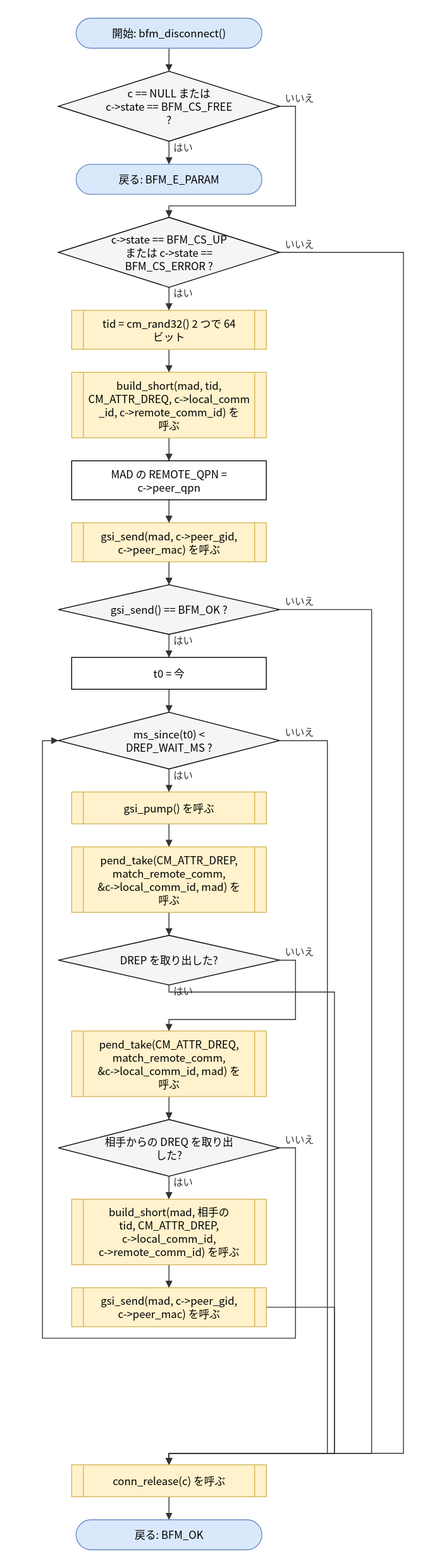
Before: doc/spec/images/flow_src_bfm_cm__bfm_disconnect.drawio.svg, a diagram exported from draw.io (hf355051012-ai/bfmem). Source tidied: cells renumbered, new cells last; positions are measured from the earlier drawing's top-left corner, leaving out a move shared by most shapes.
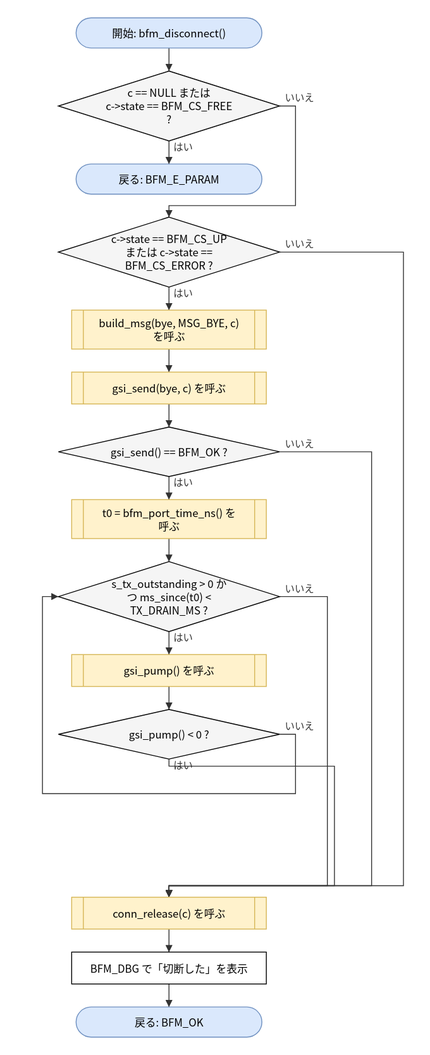
Above is the later version.

The edit, as a diff of the source:
```diff
@@ -14,54 +14,36 @@
     <mxCell id="5" value="c-&amp;gt;state == BFM_CS_UP&lt;br&gt;または c-&amp;gt;state ==&lt;br&gt;BFM_CS_ERROR ?" style="rhombus;whiteSpace=wrap;html=1;fillColor=#f5f5f5;" parent="1" vertex="1">
       <mxGeometry x="18" y="225" width="250" height="79" as="geometry" />
     </mxCell>
-    <mxCell id="6" value="tid = cm_rand32() 2 つで 64&lt;br&gt;ビット" style="shape=process;whiteSpace=wrap;html=1;backgroundOutline=1;size=0.06;fillColor=#fff2cc;strokeColor=#d6b656;" parent="1" vertex="1">
+    <mxCell id="6" value="build_msg(bye, MSG_BYE, c)&lt;br&gt;を呼ぶ" style="shape=process;whiteSpace=wrap;html=1;backgroundOutline=1;size=0.06;fillColor=#fff2cc;strokeColor=#d6b656;" parent="1" vertex="1">
       <mxGeometry x="33" y="330" width="220" height="44" as="geometry" />
     </mxCell>
-    <mxCell id="7" value="build_short(mad, tid,&lt;br&gt;CM_ATTR_DREQ, c-&amp;gt;local_comm&lt;br&gt;_id, c-&amp;gt;remote_comm_id) を&lt;br&gt;呼ぶ" style="shape=process;whiteSpace=wrap;html=1;backgroundOutline=1;size=0.06;fillColor=#fff2cc;strokeColor=#d6b656;" parent="1" vertex="1">
-      <mxGeometry x="33" y="400" width="220" height="74" as="geometry" />
+    <mxCell id="7" value="gsi_send(bye, c) を呼ぶ" style="shape=process;whiteSpace=wrap;html=1;backgroundOutline=1;size=0.06;fillColor=#fff2cc;strokeColor=#d6b656;" parent="1" vertex="1">
+      <mxGeometry x="33" y="400" width="220" height="36" as="geometry" />
     </mxCell>
-    <mxCell id="8" value="MAD の REMOTE_QPN =&lt;br&gt;c-&amp;gt;peer_qpn" style="rounded=0;whiteSpace=wrap;html=1;" parent="1" vertex="1">
-      <mxGeometry x="33" y="500" width="220" height="44" as="geometry" />
+    <mxCell id="8" value="gsi_send() == BFM_OK ?" style="rhombus;whiteSpace=wrap;html=1;fillColor=#f5f5f5;" parent="1" vertex="1">
+      <mxGeometry x="18" y="462" width="250" height="56" as="geometry" />
     </mxCell>
-    <mxCell id="9" value="gsi_send(mad, c-&amp;gt;peer_gid,&lt;br&gt;c-&amp;gt;peer_mac) を呼ぶ" style="shape=process;whiteSpace=wrap;html=1;backgroundOutline=1;size=0.06;fillColor=#fff2cc;strokeColor=#d6b656;" parent="1" vertex="1">
-      <mxGeometry x="33" y="570" width="220" height="44" as="geometry" />
+    <mxCell id="9" value="t0 = bfm_port_time_ns() を&lt;br&gt;呼ぶ" style="shape=process;whiteSpace=wrap;html=1;backgroundOutline=1;size=0.06;fillColor=#fff2cc;strokeColor=#d6b656;" parent="1" vertex="1">
+      <mxGeometry x="33" y="544" width="220" height="44" as="geometry" />
     </mxCell>
-    <mxCell id="10" value="gsi_send() == BFM_OK ?" style="rhombus;whiteSpace=wrap;html=1;fillColor=#f5f5f5;" parent="1" vertex="1">
-      <mxGeometry x="18" y="640" width="250" height="56" as="geometry" />
+    <mxCell id="10" value="s_tx_outstanding &amp;gt; 0 か&lt;br&gt;つ ms_since(t0) &amp;lt;&lt;br&gt;TX_DRAIN_MS ?" style="rhombus;whiteSpace=wrap;html=1;fillColor=#f5f5f5;" parent="1" vertex="1">
+      <mxGeometry x="18" y="614" width="250" height="79" as="geometry" />
     </mxCell>
-    <mxCell id="11" value="t0 = 今" style="rounded=0;whiteSpace=wrap;html=1;" parent="1" vertex="1">
-      <mxGeometry x="33" y="722" width="220" height="36" as="geometry" />
+    <mxCell id="11" value="gsi_pump() を呼ぶ" style="shape=process;whiteSpace=wrap;html=1;backgroundOutline=1;size=0.06;fillColor=#fff2cc;strokeColor=#d6b656;" parent="1" vertex="1">
+      <mxGeometry x="33" y="719" width="220" height="36" as="geometry" />
     </mxCell>
-    <mxCell id="12" value="ms_since(t0) &amp;lt;&lt;br&gt;DREP_WAIT_MS ?" style="rhombus;whiteSpace=wrap;html=1;fillColor=#f5f5f5;" parent="1" vertex="1">
-      <mxGeometry x="18" y="784" width="250" height="64" as="geometry" />
+    <mxCell id="12" value="gsi_pump() &amp;lt; 0 ?" style="rhombus;whiteSpace=wrap;html=1;fillColor=#f5f5f5;" parent="1" vertex="1">
+      <mxGeometry x="18" y="781" width="250" height="56" as="geometry" />
     </mxCell>
-    <mxCell id="13" value="gsi_pump() を呼ぶ" style="shape=process;whiteSpace=wrap;html=1;backgroundOutline=1;size=0.06;fillColor=#fff2cc;strokeColor=#d6b656;" parent="1" vertex="1">
-      <mxGeometry x="33" y="874" width="220" height="36" as="geometry" />
+    <mxCell id="13" value="conn_release(c) を呼ぶ" style="shape=process;whiteSpace=wrap;html=1;backgroundOutline=1;size=0.06;fillColor=#fff2cc;strokeColor=#d6b656;" parent="1" vertex="1">
+      <mxGeometry x="33" y="993" width="220" height="36" as="geometry" />
     </mxCell>
-    <mxCell id="14" value="pend_take(CM_ATTR_DREP,&lt;br&gt;match_remote_comm,&lt;br&gt;&amp;amp;c-&amp;gt;local_comm_id, mad) を&lt;br&gt;呼ぶ" style="shape=process;whiteSpace=wrap;html=1;backgroundOutline=1;size=0.06;fillColor=#fff2cc;strokeColor=#d6b656;" parent="1" vertex="1">
-      <mxGeometry x="33" y="936" width="220" height="74" as="geometry" />
+    <mxCell id="14" value="BFM_DBG で「切断した」を表示" style="rounded=0;whiteSpace=wrap;html=1;" parent="1" vertex="1">
+      <mxGeometry x="33" y="1055" width="220" height="36" as="geometry" />
     </mxCell>
-    <mxCell id="15" value="DREP を取り出した?" style="rhombus;whiteSpace=wrap;html=1;fillColor=#f5f5f5;" parent="1" vertex="1">
-      <mxGeometry x="18" y="1036" width="250" height="56" as="geometry" />
+    <mxCell id="15" value="戻る: BFM_OK" style="rounded=1;arcSize=50;whiteSpace=wrap;html=1;fillColor=#dae8fc;strokeColor=#6c8ebf;" parent="1" vertex="1">
+      <mxGeometry x="38" y="1117" width="210" height="34" as="geometry" />
     </mxCell>
-    <mxCell id="16" value="pend_take(CM_ATTR_DREQ,&lt;br&gt;match_remote_comm,&lt;br&gt;&amp;amp;c-&amp;gt;local_comm_id, mad) を&lt;br&gt;呼ぶ" style="shape=process;whiteSpace=wrap;html=1;backgroundOutline=1;size=0.06;fillColor=#fff2cc;strokeColor=#d6b656;" parent="1" vertex="1">
-      <mxGeometry x="33" y="1144" width="220" height="74" as="geometry" />
-    </mxCell>
-    <mxCell id="17" value="相手からの DREQ を取り出&lt;br&gt;した?" style="rhombus;whiteSpace=wrap;html=1;fillColor=#f5f5f5;" parent="1" vertex="1">
-      <mxGeometry x="18" y="1244" width="250" height="64" as="geometry" />
-    </mxCell>
-    <mxCell id="18" value="build_short(mad, 相手の&lt;br&gt;tid, CM_ATTR_DREP,&lt;br&gt;c-&amp;gt;local_comm_id,&lt;br&gt;c-&amp;gt;remote_comm_id) を呼ぶ" style="shape=process;whiteSpace=wrap;html=1;backgroundOutline=1;size=0.06;fillColor=#fff2cc;strokeColor=#d6b656;" parent="1" vertex="1">
-      <mxGeometry x="33" y="1334" width="220" height="74" as="geometry" />
-    </mxCell>
-    <mxCell id="19" value="gsi_send(mad, c-&amp;gt;peer_gid,&lt;br&gt;c-&amp;gt;peer_mac) を呼ぶ" style="shape=process;whiteSpace=wrap;html=1;backgroundOutline=1;size=0.06;fillColor=#fff2cc;strokeColor=#d6b656;" parent="1" vertex="1">
-      <mxGeometry x="33" y="1434" width="220" height="44" as="geometry" />
-    </mxCell>
-    <mxCell id="20" value="conn_release(c) を呼ぶ" style="shape=process;whiteSpace=wrap;html=1;backgroundOutline=1;size=0.06;fillColor=#fff2cc;strokeColor=#d6b656;" parent="1" vertex="1">
-      <mxGeometry x="33" y="1634" width="220" height="36" as="geometry" />
-    </mxCell>
-    <mxCell id="21" value="戻る: BFM_OK" style="rounded=1;arcSize=50;whiteSpace=wrap;html=1;fillColor=#dae8fc;strokeColor=#6c8ebf;" parent="1" vertex="1">
-      <mxGeometry x="38" y="1696" width="210" height="34" as="geometry" />
-    </mxCell>
     <mxCell id="22" style="edgeStyle=none;html=1;rounded=0;endArrow=block;endFill=1;exitX=0.5000;exitY=1.0000;exitDx=0;exitDy=0;exitPerimeter=0;entryX=0.5000;entryY=0.0000;entryDx=0;entryDy=0;entryPerimeter=0;" parent="1" edge="1" source="2" target="3">
       <mxGeometry relative="1" as="geometry" />
     </mxCell>
@@ -86,7 +68,7 @@
     <mxCell id="27" style="edgeStyle=none;html=1;rounded=0;endArrow=block;endFill=1;exitX=0.5000;exitY=1.0000;exitDx=0;exitDy=0;exitPerimeter=0;entryX=0.5000;entryY=0.0000;entryDx=0;entryDy=0;entryPerimeter=0;" parent="1" edge="1" source="7" target="8">
       <mxGeometry relative="1" as="geometry" />
     </mxCell>
-    <mxCell id="28" style="edgeStyle=none;html=1;rounded=0;endArrow=block;endFill=1;exitX=0.5000;exitY=1.0000;exitDx=0;exitDy=0;exitPerimeter=0;entryX=0.5000;entryY=0.0000;entryDx=0;entryDy=0;entryPerimeter=0;" parent="1" edge="1" source="8" target="9">
+    <mxCell id="28" value="はい" style="edgeStyle=none;html=1;rounded=0;endArrow=block;endFill=1;exitX=0.5000;exitY=1.0000;exitDx=0;exitDy=0;exitPerimeter=0;entryX=0.5000;entryY=0.0000;entryDx=0;entryDy=0;entryPerimeter=0;" parent="1" edge="1" source="8" target="9">
       <mxGeometry relative="1" as="geometry" />
     </mxCell>
     <mxCell id="29" style="edgeStyle=none;html=1;rounded=0;endArrow=block;endFill=1;exitX=0.5000;exitY=1.0000;exitDx=0;exitDy=0;exitPerimeter=0;entryX=0.5000;entryY=0.0000;entryDx=0;entryDy=0;entryPerimeter=0;" parent="1" edge="1" source="9" target="10">
@@ -98,91 +80,58 @@
     <mxCell id="31" style="edgeStyle=none;html=1;rounded=0;endArrow=block;endFill=1;exitX=0.5000;exitY=1.0000;exitDx=0;exitDy=0;exitPerimeter=0;entryX=0.5000;entryY=0.0000;entryDx=0;entryDy=0;entryPerimeter=0;" parent="1" edge="1" source="11" target="12">
       <mxGeometry relative="1" as="geometry" />
     </mxCell>
-    <mxCell id="32" value="はい" style="edgeStyle=none;html=1;rounded=0;endArrow=block;endFill=1;exitX=0.5000;exitY=1.0000;exitDx=0;exitDy=0;exitPerimeter=0;entryX=0.5000;entryY=0.0000;entryDx=0;entryDy=0;entryPerimeter=0;" parent="1" edge="1" source="12" target="13">
-      <mxGeometry relative="1" as="geometry" />
+    <mxCell id="32" value="いいえ" style="edgeStyle=none;html=1;rounded=0;endArrow=block;endFill=1;exitX=1.0000;exitY=0.5000;exitDx=0;exitDy=0;exitPerimeter=0;entryX=0.0000;entryY=0.5000;entryDx=0;entryDy=0;entryPerimeter=0;" parent="1" edge="1" source="12" target="10">
+      <mxGeometry relative="1" as="geometry">
+        <Array as="points">
+          <mxPoint x="286" y="809" />
+          <mxPoint x="286" y="876" />
+          <mxPoint y="876" />
+          <mxPoint y="653.5" />
+        </Array>
+      </mxGeometry>
     </mxCell>
-    <mxCell id="33" style="edgeStyle=none;html=1;rounded=0;endArrow=block;endFill=1;exitX=0.5000;exitY=1.0000;exitDx=0;exitDy=0;exitPerimeter=0;entryX=0.5000;entryY=0.0000;entryDx=0;entryDy=0;entryPerimeter=0;" parent="1" edge="1" source="13" target="14">
-      <mxGeometry relative="1" as="geometry" />
+    <mxCell id="33" value="いいえ" style="edgeStyle=none;html=1;rounded=0;endArrow=block;endFill=1;exitX=1.0000;exitY=0.5000;exitDx=0;exitDy=0;exitPerimeter=0;entryX=0.5000;entryY=0.0000;entryDx=0;entryDy=0;entryPerimeter=0;" parent="1" edge="1" source="10" target="13">
+      <mxGeometry relative="1" as="geometry">
+        <Array as="points">
+          <mxPoint x="322" y="653.5" />
+          <mxPoint x="322" y="980" />
+          <mxPoint x="143" y="980" />
+        </Array>
+      </mxGeometry>
     </mxCell>
-    <mxCell id="34" style="edgeStyle=none;html=1;rounded=0;endArrow=block;endFill=1;exitX=0.5000;exitY=1.0000;exitDx=0;exitDy=0;exitPerimeter=0;entryX=0.5000;entryY=0.0000;entryDx=0;entryDy=0;entryPerimeter=0;" parent="1" edge="1" source="14" target="15">
-      <mxGeometry relative="1" as="geometry" />
+    <mxCell id="34" value="はい" style="edgeStyle=none;html=1;rounded=0;endArrow=block;endFill=1;exitX=0.5000;exitY=1.0000;exitDx=0;exitDy=0;exitPerimeter=0;entryX=0.5000;entryY=0.0000;entryDx=0;entryDy=0;entryPerimeter=0;" parent="1" edge="1" source="12" target="13">
+      <mxGeometry relative="1" as="geometry">
+        <Array as="points">
+          <mxPoint x="143" y="845" />
+          <mxPoint x="330" y="845" />
+          <mxPoint x="330" y="980" />
+          <mxPoint x="143" y="980" />
+        </Array>
+      </mxGeometry>
     </mxCell>
-    <mxCell id="35" value="いいえ" style="edgeStyle=none;html=1;rounded=0;endArrow=block;endFill=1;exitX=1.0000;exitY=0.5000;exitDx=0;exitDy=0;exitPerimeter=0;entryX=0.5000;entryY=0.0000;entryDx=0;entryDy=0;entryPerimeter=0;" parent="1" edge="1" source="15" target="16">
+    <mxCell id="35" value="いいえ" style="edgeStyle=none;html=1;rounded=0;endArrow=block;endFill=1;exitX=1.0000;exitY=0.5000;exitDx=0;exitDy=0;exitPerimeter=0;entryX=0.5000;entryY=0.0000;entryDx=0;entryDy=0;entryPerimeter=0;" parent="1" edge="1" source="8" target="13">
       <mxGeometry relative="1" as="geometry">
         <Array as="points">
-          <mxPoint x="286" y="1064" />
-          <mxPoint x="286" y="1131" />
-          <mxPoint x="143" y="1131" />
+          <mxPoint x="372" y="490" />
+          <mxPoint x="372" y="980" />
+          <mxPoint x="143" y="980" />
         </Array>
       </mxGeometry>
     </mxCell>
-    <mxCell id="36" style="edgeStyle=none;html=1;rounded=0;endArrow=block;endFill=1;exitX=0.5000;exitY=1.0000;exitDx=0;exitDy=0;exitPerimeter=0;entryX=0.5000;entryY=0.0000;entryDx=0;entryDy=0;entryPerimeter=0;" parent="1" edge="1" source="16" target="17">
-      <mxGeometry relative="1" as="geometry" />
+    <mxCell id="36" value="いいえ" style="edgeStyle=none;html=1;rounded=0;endArrow=block;endFill=1;exitX=1.0000;exitY=0.5000;exitDx=0;exitDy=0;exitPerimeter=0;entryX=0.5000;entryY=0.0000;entryDx=0;entryDy=0;entryPerimeter=0;" parent="1" edge="1" source="5" target="13">
+      <mxGeometry relative="1" as="geometry">
+        <Array as="points">
+          <mxPoint x="408" y="264.5" />
+          <mxPoint x="408" y="980" />
+          <mxPoint x="143" y="980" />
+        </Array>
+      </mxGeometry>
     </mxCell>
-    <mxCell id="37" value="はい" style="edgeStyle=none;html=1;rounded=0;endArrow=block;endFill=1;exitX=0.5000;exitY=1.0000;exitDx=0;exitDy=0;exitPerimeter=0;entryX=0.5000;entryY=0.0000;entryDx=0;entryDy=0;entryPerimeter=0;" parent="1" edge="1" source="17" target="18">
+    <mxCell id="37" style="edgeStyle=none;html=1;rounded=0;endArrow=block;endFill=1;exitX=0.5000;exitY=1.0000;exitDx=0;exitDy=0;exitPerimeter=0;entryX=0.5000;entryY=0.0000;entryDx=0;entryDy=0;entryPerimeter=0;" parent="1" edge="1" source="13" target="14">
       <mxGeometry relative="1" as="geometry" />
     </mxCell>
-    <mxCell id="38" style="edgeStyle=none;html=1;rounded=0;endArrow=block;endFill=1;exitX=0.5000;exitY=1.0000;exitDx=0;exitDy=0;exitPerimeter=0;entryX=0.5000;entryY=0.0000;entryDx=0;entryDy=0;entryPerimeter=0;" parent="1" edge="1" source="18" target="19">
+    <mxCell id="38" style="edgeStyle=none;html=1;rounded=0;endArrow=block;endFill=1;exitX=0.5000;exitY=1.0000;exitDx=0;exitDy=0;exitPerimeter=0;entryX=0.5000;entryY=0.0000;entryDx=0;entryDy=0;entryPerimeter=0;" parent="1" edge="1" source="14" target="15">
       <mxGeometry relative="1" as="geometry" />
     </mxCell>
-    <mxCell id="39" value="いいえ" style="edgeStyle=none;html=1;rounded=0;endArrow=block;endFill=1;exitX=1.0000;exitY=0.5000;exitDx=0;exitDy=0;exitPerimeter=0;entryX=0.0000;entryY=0.5000;entryDx=0;entryDy=0;entryPerimeter=0;" parent="1" edge="1" source="17" target="12">
-      <mxGeometry relative="1" as="geometry">
-        <Array as="points">
-          <mxPoint x="286" y="1276" />
-          <mxPoint x="286" y="1491" />
-          <mxPoint y="1491" />
-          <mxPoint y="816" />
-        </Array>
-      </mxGeometry>
-    </mxCell>
-    <mxCell id="40" value="いいえ" style="edgeStyle=none;html=1;rounded=0;endArrow=block;endFill=1;exitX=1.0000;exitY=0.5000;exitDx=0;exitDy=0;exitPerimeter=0;entryX=0.5000;entryY=0.0000;entryDx=0;entryDy=0;entryPerimeter=0;" parent="1" edge="1" source="12" target="20">
-      <mxGeometry relative="1" as="geometry">
-        <Array as="points">
-          <mxPoint x="322" y="816" />
-          <mxPoint x="322" y="1621" />
-          <mxPoint x="143" y="1621" />
-        </Array>
-      </mxGeometry>
-    </mxCell>
-    <mxCell id="41" value="はい" style="edgeStyle=none;html=1;rounded=0;endArrow=block;endFill=1;exitX=0.5000;exitY=1.0000;exitDx=0;exitDy=0;exitPerimeter=0;entryX=0.5000;entryY=0.0000;entryDx=0;entryDy=0;entryPerimeter=0;" parent="1" edge="1" source="15" target="20">
-      <mxGeometry relative="1" as="geometry">
-        <Array as="points">
-          <mxPoint x="143" y="1100" />
-          <mxPoint x="330" y="1100" />
-          <mxPoint x="330" y="1621" />
-          <mxPoint x="143" y="1621" />
-        </Array>
-      </mxGeometry>
-    </mxCell>
-    <mxCell id="42" style="edgeStyle=none;html=1;rounded=0;endArrow=block;endFill=1;exitX=1.0000;exitY=0.5000;exitDx=0;exitDy=0;exitPerimeter=0;entryX=0.5000;entryY=0.0000;entryDx=0;entryDy=0;entryPerimeter=0;" parent="1" edge="1" source="19" target="20">
-      <mxGeometry relative="1" as="geometry">
-        <Array as="points">
-          <mxPoint x="330" y="1456" />
-          <mxPoint x="330" y="1621" />
-          <mxPoint x="143" y="1621" />
-        </Array>
-      </mxGeometry>
-    </mxCell>
-    <mxCell id="43" value="いいえ" style="edgeStyle=none;html=1;rounded=0;endArrow=block;endFill=1;exitX=1.0000;exitY=0.5000;exitDx=0;exitDy=0;exitPerimeter=0;entryX=0.5000;entryY=0.0000;entryDx=0;entryDy=0;entryPerimeter=0;" parent="1" edge="1" source="10" target="20">
-      <mxGeometry relative="1" as="geometry">
-        <Array as="points">
-          <mxPoint x="372" y="668" />
-          <mxPoint x="372" y="1621" />
-          <mxPoint x="143" y="1621" />
-        </Array>
-      </mxGeometry>
-    </mxCell>
-    <mxCell id="44" value="いいえ" style="edgeStyle=none;html=1;rounded=0;endArrow=block;endFill=1;exitX=1.0000;exitY=0.5000;exitDx=0;exitDy=0;exitPerimeter=0;entryX=0.5000;entryY=0.0000;entryDx=0;entryDy=0;entryPerimeter=0;" parent="1" edge="1" source="5" target="20">
-      <mxGeometry relative="1" as="geometry">
-        <Array as="points">
-          <mxPoint x="408" y="264.5" />
-          <mxPoint x="408" y="1621" />
-          <mxPoint x="143" y="1621" />
-        </Array>
-      </mxGeometry>
-    </mxCell>
-    <mxCell id="45" style="edgeStyle=none;html=1;rounded=0;endArrow=block;endFill=1;exitX=0.5000;exitY=1.0000;exitDx=0;exitDy=0;exitPerimeter=0;entryX=0.5000;entryY=0.0000;entryDx=0;entryDy=0;entryPerimeter=0;" parent="1" edge="1" source="20" target="21">
-      <mxGeometry relative="1" as="geometry" />
-    </mxCell>
   </root>
 </mxGraphModel>
```
